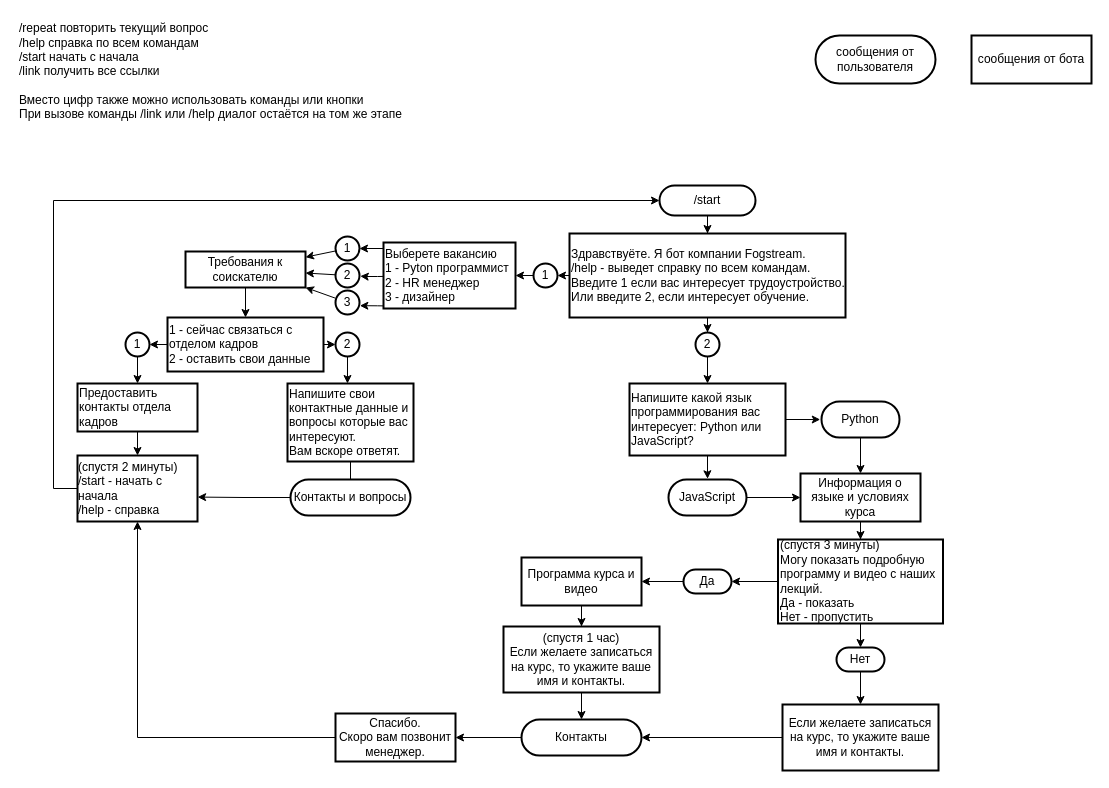
The draw.io diagram Документация к боту (Петряков)/сценарий диалога.drawio in andrew-merzlaikov/FogstreamBot, before the edit. Source tidied: cells renumbered, new cells numbered last; positions are measured from the earlier drawing's top-left corner, leaving out a move shared by most shapes. Both pictures are drawn from the tidied source at 100%, with x=0, y=0 at pixel (17, 17).
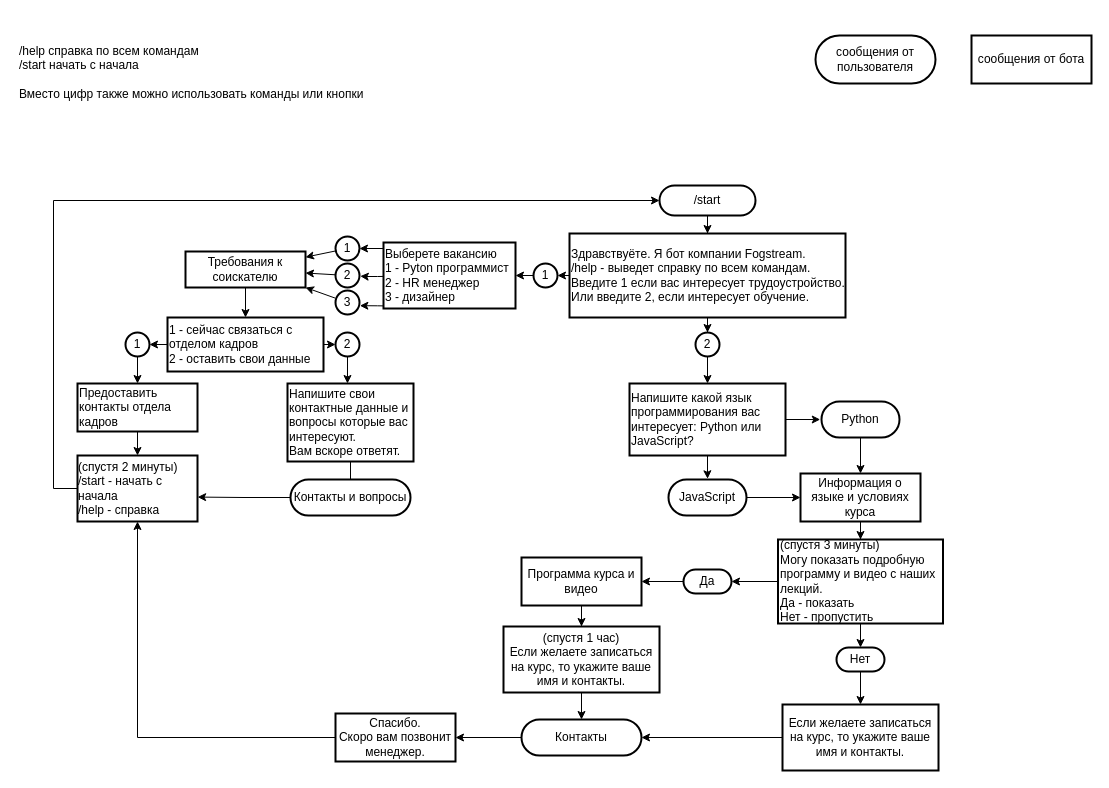
The same diagram, later.

Change to the diagram source:
```diff
@@
-    <mxCell id="64" value="&lt;div&gt;/repeat повторить текущий вопрос&lt;/div&gt;&lt;div&gt;/help справка по всем командам&lt;/div&gt;&lt;div&gt;/start начать с начала&lt;/div&gt;&lt;div&gt;/link получить все ссылки&lt;br&gt;&lt;br&gt;Вместо цифр также можно использовать команды или кнопки&lt;br&gt;При вызове команды /link или /help диалог остаётся на том же этапе&lt;/div&gt;" style="text;html=1;align=left;verticalAlign=middle;fontSize=12;fontFamily=Helvetica;" parent="1" vertex="1">
-      <mxGeometry width="396" height="108" as="geometry" />
+    <mxCell id="64" value="&lt;div&gt;&lt;span&gt;/help справка по всем командам&lt;/span&gt;&lt;br&gt;&lt;/div&gt;&lt;div&gt;/start начать с начала&lt;/div&gt;&lt;div&gt;&lt;br&gt;Вместо цифр также можно использовать команды или кнопки&lt;br&gt;&lt;/div&gt;" style="text;html=1;align=left;verticalAlign=middle;fontSize=12;fontFamily=Helvetica;" parent="1" vertex="1">
+      <mxGeometry y="22" width="360" height="66" as="geometry" />
     </mxCell>
```
